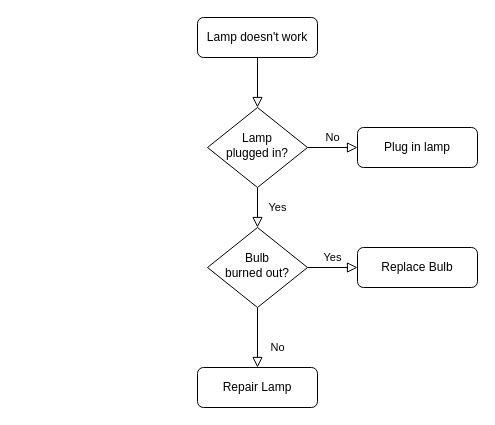
This is Untitled Diagram.drawio from dianaldiansyah/rafcom, a draw.io file, before an edit. Source tidied: cells renumbered, new cells numbered last; positions are measured from the earlier drawing's top-left corner, leaving out a move shared by most shapes. Both pictures are drawn from the tidied source at 100%, with x=0, y=0 at pixel (197, 17).
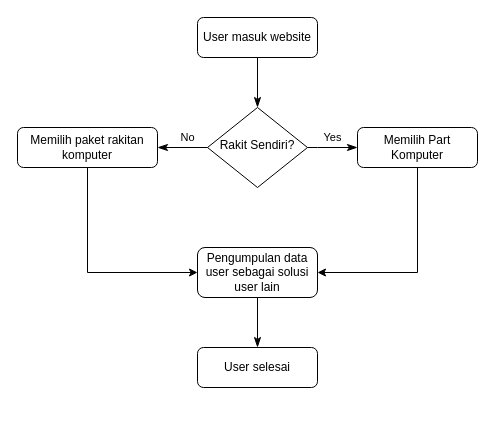
The same diagram, later.

Change to the diagram source:
```diff
@@
 <mxGraphModel>
   <root>
     <mxCell id="0" />
     <mxCell id="1" parent="0" />
-    <mxCell id="2" style="rounded=0;html=1;jettySize=auto;fontSize=11;endArrow=block;endFill=0;endSize=8;strokeWidth=1;shadow=0;labelBackgroundColor=none;edgeStyle=orthogonalEdgeStyle;" parent="1" edge="1" source="3" target="6">
+    <mxCell id="2" style="rounded=0;html=1;jettySize=auto;fontSize=11;endArrow=classicThin;endFill=1;endSize=8;strokeWidth=1;shadow=0;labelBackgroundColor=none;edgeStyle=orthogonalEdgeStyle;" parent="1" edge="1" source="3" target="6">
       <mxGeometry relative="1" as="geometry" />
     </mxCell>
-    <mxCell id="3" value="Lamp doesn't work" style="rounded=1;whiteSpace=wrap;html=1;fontSize=12;glass=0;strokeWidth=1;shadow=0;" parent="1" vertex="1">
+    <mxCell id="3" value="User masuk website" style="rounded=1;whiteSpace=wrap;html=1;fontSize=12;glass=0;strokeWidth=1;shadow=0;" parent="1" vertex="1">
       <mxGeometry width="120" height="40" as="geometry" />
     </mxCell>
-    <mxCell id="4" value="Yes" style="rounded=0;html=1;jettySize=auto;fontSize=11;endArrow=block;endFill=0;endSize=8;strokeWidth=1;shadow=0;labelBackgroundColor=none;edgeStyle=orthogonalEdgeStyle;" parent="1" edge="1" source="6" target="10">
-      <mxGeometry y="20" relative="1" as="geometry" />
+    <mxCell id="4" value="No" style="rounded=0;html=1;jettySize=auto;fontSize=11;endArrow=classicThin;endFill=1;endSize=8;strokeWidth=1;shadow=0;labelBackgroundColor=none;edgeStyle=orthogonalEdgeStyle;exitX=0;exitY=0.5;exitDx=0;exitDy=0;entryX=1;entryY=0.5;entryDx=0;entryDy=0;" parent="1" edge="1" source="6" target="12">
+      <mxGeometry x="-0.2" y="-10" relative="1" as="geometry" />
     </mxCell>
-    <mxCell id="5" value="No" style="edgeStyle=orthogonalEdgeStyle;rounded=0;html=1;jettySize=auto;fontSize=11;endArrow=block;endFill=0;endSize=8;strokeWidth=1;shadow=0;labelBackgroundColor=none;" parent="1" edge="1" source="6" target="7">
-      <mxGeometry y="10" relative="1" as="geometry" />
+    <mxCell id="5" value="Yes" style="edgeStyle=orthogonalEdgeStyle;rounded=0;html=1;jettySize=auto;fontSize=11;endArrow=classicThin;endFill=1;endSize=8;strokeWidth=1;shadow=0;labelBackgroundColor=none;" parent="1" edge="1" source="6" target="7">
+      <mxGeometry y="10" relative="1" as="geometry">
+        <Array as="points">
+          <mxPoint x="120" y="130" />
+          <mxPoint x="120" y="130" />
+        </Array>
+      </mxGeometry>
     </mxCell>
-    <mxCell id="6" value="Lamp&lt;br&gt;plugged in?" style="rhombus;whiteSpace=wrap;html=1;shadow=0;fontFamily=Helvetica;fontSize=12;align=center;strokeWidth=1;spacing=6;spacingTop=-4;" parent="1" vertex="1">
+    <mxCell id="6" value="Rakit Sendiri?" style="rhombus;whiteSpace=wrap;html=1;shadow=0;fontFamily=Helvetica;fontSize=12;align=center;strokeWidth=1;spacing=6;spacingTop=-4;" parent="1" vertex="1">
       <mxGeometry x="10" y="90" width="100" height="80" as="geometry" />
     </mxCell>
-    <mxCell id="7" value="Plug in lamp" style="rounded=1;whiteSpace=wrap;html=1;fontSize=12;glass=0;strokeWidth=1;shadow=0;" parent="1" vertex="1">
+    <mxCell id="7" value="Memilih Part Komputer" style="rounded=1;whiteSpace=wrap;html=1;fontSize=12;glass=0;strokeWidth=1;shadow=0;" parent="1" vertex="1">
       <mxGeometry x="160" y="110" width="120" height="40" as="geometry" />
     </mxCell>
-    <mxCell id="8" value="No" style="rounded=0;html=1;jettySize=auto;fontSize=11;endArrow=block;endFill=0;endSize=8;strokeWidth=1;shadow=0;labelBackgroundColor=none;edgeStyle=orthogonalEdgeStyle;" parent="1" edge="1" source="10" target="11">
-      <mxGeometry x="0.33" y="20" relative="1" as="geometry" />
-    </mxCell>
-    <mxCell id="9" value="Yes" style="edgeStyle=orthogonalEdgeStyle;rounded=0;html=1;jettySize=auto;fontSize=11;endArrow=block;endFill=0;endSize=8;strokeWidth=1;shadow=0;labelBackgroundColor=none;" parent="1" edge="1" source="10" target="12">
-      <mxGeometry y="10" relative="1" as="geometry" />
-    </mxCell>
-    <mxCell id="10" value="Bulb&lt;br&gt;burned out?" style="rhombus;whiteSpace=wrap;html=1;shadow=0;fontFamily=Helvetica;fontSize=12;align=center;strokeWidth=1;spacing=6;spacingTop=-4;" parent="1" vertex="1">
-      <mxGeometry x="10" y="210" width="100" height="80" as="geometry" />
-    </mxCell>
-    <mxCell id="11" value="Repair Lamp" style="rounded=1;whiteSpace=wrap;html=1;fontSize=12;glass=0;strokeWidth=1;shadow=0;" parent="1" vertex="1">
-      <mxGeometry y="350" width="120" height="40" as="geometry" />
-    </mxCell>
-    <mxCell id="12" value="Replace Bulb" style="rounded=1;whiteSpace=wrap;html=1;fontSize=12;glass=0;strokeWidth=1;shadow=0;" parent="1" vertex="1">
-      <mxGeometry x="160" y="230" width="120" height="40" as="geometry" />
+    <mxCell id="12" value="Memilih paket rakitan komputer" style="rounded=1;whiteSpace=wrap;html=1;fontSize=12;glass=0;strokeWidth=1;shadow=0;" parent="1" vertex="1">
+      <mxGeometry x="-180" y="110" width="140" height="40" as="geometry" />
     </mxCell>
+    <mxCell id="13" value="Pengumpulan data user sebagai solusi user lain" style="rounded=1;whiteSpace=wrap;html=1;fontSize=12;glass=0;strokeWidth=1;shadow=0;" parent="1" vertex="1">
+      <mxGeometry y="230" width="120" height="50" as="geometry" />
+    </mxCell>
+    <mxCell id="14" style="endArrow=classic;html=1;rounded=0;exitX=0.5;exitY=1;exitDx=0;exitDy=0;entryX=0;entryY=0.5;entryDx=0;entryDy=0;" parent="1" edge="1" source="12" target="13">
+      <mxGeometry relative="1" as="geometry">
+        <Array as="points">
+          <mxPoint x="-110" y="255" />
+        </Array>
+      </mxGeometry>
+    </mxCell>
+    <mxCell id="15" style="endArrow=classic;html=1;rounded=0;exitX=0.5;exitY=1;exitDx=0;exitDy=0;entryX=1;entryY=0.5;entryDx=0;entryDy=0;" parent="1" edge="1" target="13">
+      <mxGeometry relative="1" as="geometry">
+        <mxPoint x="220" y="150" as="sourcePoint" />
+        <Array as="points">
+          <mxPoint x="220" y="255" />
+        </Array>
+      </mxGeometry>
+    </mxCell>
+    <mxCell id="16" value="User selesai" style="rounded=1;whiteSpace=wrap;html=1;fontSize=12;glass=0;strokeWidth=1;shadow=0;" parent="1" vertex="1">
+      <mxGeometry y="330" width="120" height="40" as="geometry" />
+    </mxCell>
+    <mxCell id="17" style="rounded=0;html=1;jettySize=auto;fontSize=11;endArrow=classicThin;endFill=1;endSize=8;strokeWidth=1;shadow=0;labelBackgroundColor=none;edgeStyle=orthogonalEdgeStyle;exitX=0.5;exitY=1;exitDx=0;exitDy=0;entryX=0.5;entryY=0;entryDx=0;entryDy=0;" parent="1" edge="1" source="13" target="16">
+      <mxGeometry relative="1" as="geometry" />
+    </mxCell>
   </root>
 </mxGraphModel>
```
